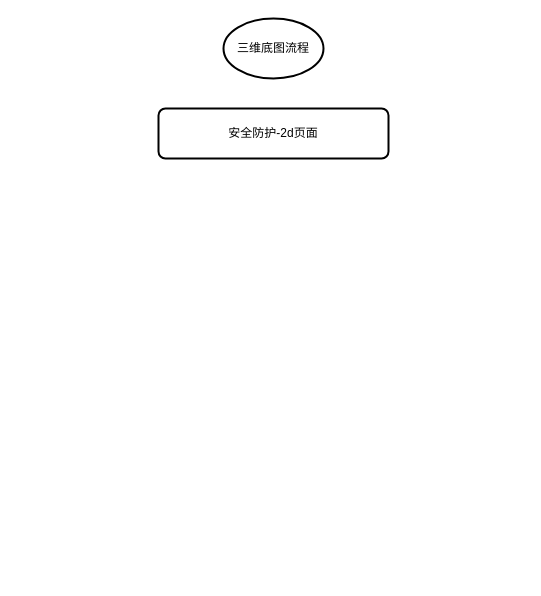
GISTWJ/drawIo keeps this draw.io diagram as 铁路6.35三维模块流程图.drawio. Above is the earlier version. Source tidied: cells renumbered, new cells numbered last; positions are measured from the earlier drawing's top-left corner, leaving out a move shared by most shapes. Both pictures are drawn from the tidied source at 100%, with x=0, y=0 at pixel (158, 18).
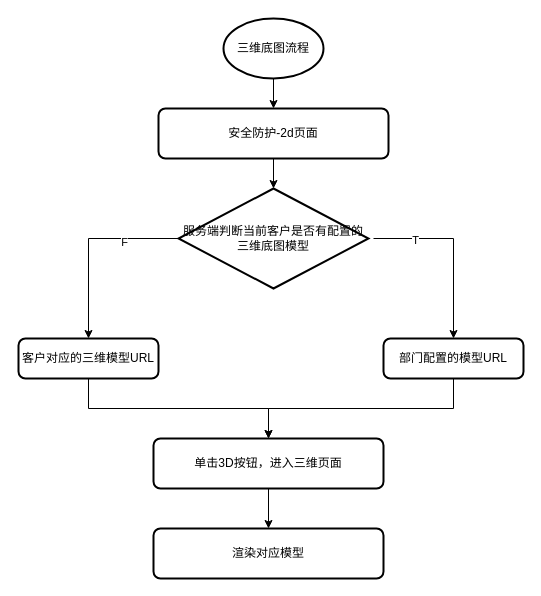
The same diagram, later.

Commit message (it also covers changes not shown here):
更新铁路6.35三维模块流程图.drawio

The change refers to these unchanged cells:
```xml
<mxCell id="2" value="三维底图流程" style="strokeWidth=2;html=1;shape=mxgraph.flowchart.start_1;whiteSpace=wrap;" parent="1" vertex="1">
  <mxGeometry x="65" width="100" height="60" as="geometry" />
</mxCell>
<mxCell id="3" value="安全防护-2d页面" style="rounded=1;whiteSpace=wrap;html=1;absoluteArcSize=1;arcSize=14;strokeWidth=2;" parent="1" vertex="1">
  <mxGeometry y="90" width="230" height="50" as="geometry" />
</mxCell>
```

What changed in the source:
```diff
@@
+    <mxCell id="4" style="edgeStyle=orthogonalEdgeStyle;rounded=0;jettySize=auto;html=1;exitX=0.5;exitY=1;exitDx=0;exitDy=0;exitPerimeter=0;entryX=0.5;entryY=0;entryDx=0;entryDy=0;" parent="1" edge="1" source="2" target="3">
+      <mxGeometry relative="1" as="geometry" />
+    </mxCell>
@@
+    <mxCell id="5" style="edgeStyle=orthogonalEdgeStyle;rounded=0;jettySize=auto;html=1;exitX=0.5;exitY=1;exitDx=0;exitDy=0;" parent="1" edge="1" source="3" target="6">
+      <mxGeometry relative="1" as="geometry" />
+    </mxCell>
@@
+    <mxCell id="6" value="服务端判断当前客户是否有配置的三维底图模型" style="strokeWidth=2;html=1;shape=mxgraph.flowchart.decision;whiteSpace=wrap;" parent="1" vertex="1">
+      <mxGeometry x="20" y="170" width="190" height="100" as="geometry" />
+    </mxCell>
+    <mxCell id="7" style="edgeStyle=orthogonalEdgeStyle;rounded=0;jettySize=auto;html=1;exitX=0.5;exitY=1;exitDx=0;exitDy=0;entryX=0.5;entryY=0;entryDx=0;entryDy=0;" parent="1" edge="1" source="8" target="16">
+      <mxGeometry relative="1" as="geometry" />
+    </mxCell>
+    <mxCell id="8" value="客户对应的三维模型URL" style="rounded=1;whiteSpace=wrap;html=1;absoluteArcSize=1;arcSize=14;strokeWidth=2;" parent="1" vertex="1">
+      <mxGeometry x="-140" y="320" width="140" height="40" as="geometry" />
+    </mxCell>
+    <mxCell id="9" style="edgeStyle=orthogonalEdgeStyle;rounded=0;jettySize=auto;html=1;exitX=0.5;exitY=1;exitDx=0;exitDy=0;entryX=0.5;entryY=0;entryDx=0;entryDy=0;" parent="1" edge="1" source="10" target="16">
+      <mxGeometry relative="1" as="geometry" />
+    </mxCell>
+    <mxCell id="10" value="部门配置的模型URL" style="rounded=1;whiteSpace=wrap;html=1;absoluteArcSize=1;arcSize=14;strokeWidth=2;" parent="1" vertex="1">
+      <mxGeometry x="225" y="320" width="140" height="40" as="geometry" />
+    </mxCell>
+    <mxCell id="11" style="endArrow=classic;html=1;rounded=0;entryX=0.5;entryY=0;entryDx=0;entryDy=0;exitX=0;exitY=0.5;exitDx=0;exitDy=0;exitPerimeter=0;" parent="1" edge="1" source="6" target="8">
+      <mxGeometry relative="1" as="geometry">
+        <Array as="points">
+          <mxPoint x="-70" y="220" />
+        </Array>
+      </mxGeometry>
+    </mxCell>
+    <mxCell id="12" value="F" style="edgeLabel;html=1;align=center;verticalAlign=middle;" parent="11" vertex="1">
+      <mxGeometry x="-0.42" y="3" relative="1" as="geometry" />
+    </mxCell>
+    <mxCell id="13" style="endArrow=classic;html=1;rounded=0;entryX=0.5;entryY=0;entryDx=0;entryDy=0;" parent="1" edge="1" target="10">
+      <mxGeometry relative="1" as="geometry">
+        <mxPoint x="215" y="220" as="sourcePoint" />
+        <Array as="points">
+          <mxPoint x="295" y="220" />
+        </Array>
+      </mxGeometry>
+    </mxCell>
+    <mxCell id="14" value="T" style="edgeLabel;html=1;align=center;verticalAlign=middle;" parent="13" vertex="1">
+      <mxGeometry x="-0.54" y="-1" relative="1" as="geometry" />
+    </mxCell>
+    <mxCell id="15" style="edgeStyle=orthogonalEdgeStyle;rounded=0;jettySize=auto;html=1;exitX=0.5;exitY=1;exitDx=0;exitDy=0;" parent="1" edge="1" source="16" target="17">
+      <mxGeometry relative="1" as="geometry" />
+    </mxCell>
+    <mxCell id="16" value="单击3D按钮，进入三维页面" style="rounded=1;whiteSpace=wrap;html=1;absoluteArcSize=1;arcSize=14;strokeWidth=2;" parent="1" vertex="1">
+      <mxGeometry x="-5" y="420" width="230" height="50" as="geometry" />
+    </mxCell>
+    <mxCell id="17" value="渲染对应模型" style="rounded=1;whiteSpace=wrap;html=1;absoluteArcSize=1;arcSize=14;strokeWidth=2;" parent="1" vertex="1">
+      <mxGeometry x="-5" y="510" width="230" height="50" as="geometry" />
+    </mxCell>
```
